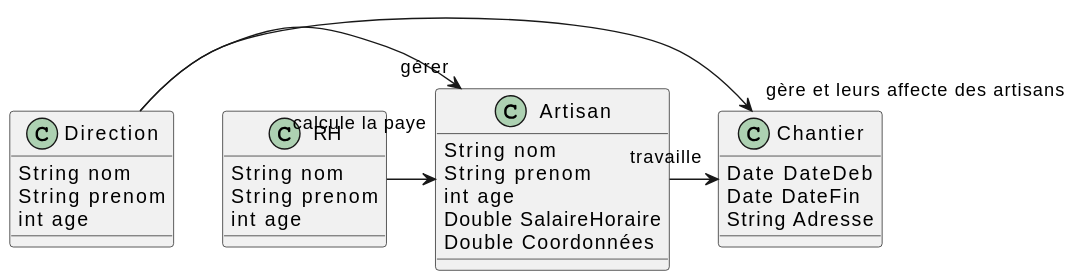
The PlantUML diagram dc.svg in IUT-Blagnac/r2-01-conception-td5-EstebanBiret, before a commit. The source it was exported from:
```plantuml
@startuml
Class Direction {

    String nom
    String prenom
    int age
}

Class RH {

    String nom
    String prenom
    int age
}

Class Artisan {

    String nom
    String prenom
    int age
    Double SalaireHoraire
    Double Coordonnées
}

Class Chantier {

    Date DateDeb
    Date DateFin
    String Adresse
}

Direction ->  "gérer" Artisan
Artisan -> "travaille " Chantier
RH -> "calcule la paye" Artisan
Direction -> "gère et leurs affecte des artisans" Chantier
@enduml
```
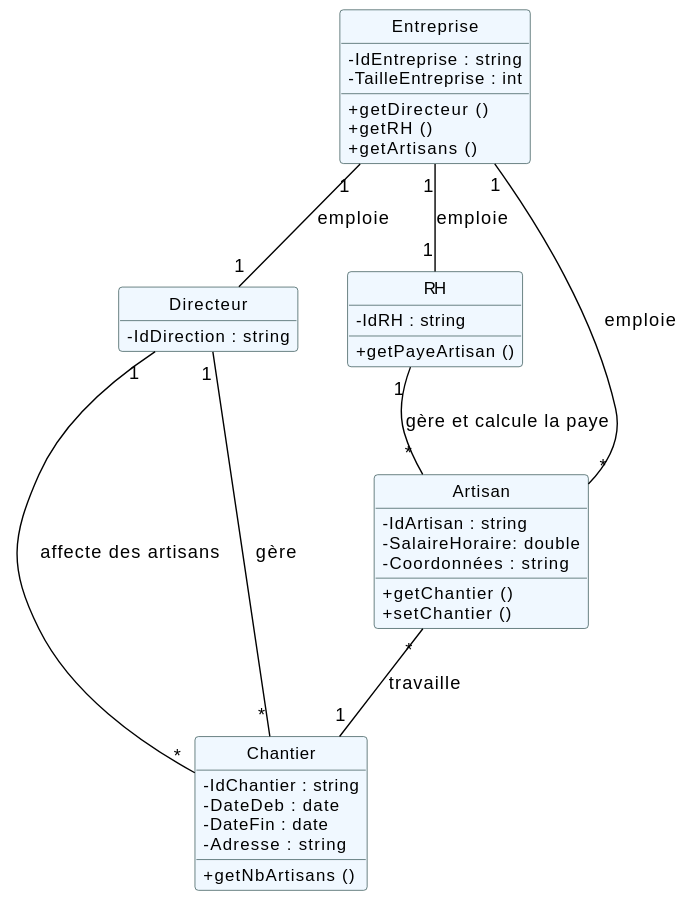
Above is the later version.

What changed in the source:
```diff
@@ -1,36 +1,72 @@
 @startuml
-Class Direction {
+hide circle
+hide empty members
+hide empty methods
 
-    String nom
-    String prenom
-    int age
+skinparam classAttributeIconSize 0
+
+skinparam roundcorner 5
+
+skinparam class {
+	BackgroundColor AliceBlue
+	BorderColor DarkSlateGray
+	ArrowColor Black
+	FontColor Black
+	FontSize 12
+	FontName Helvetica
+}
+
+skinparam arrow {
+    MessageAlign center
+}
+
+Class Directeur {
+
+    - IdDirection : string
+
 }
 
 Class RH {
 
-    String nom
-    String prenom
-    int age
+    - IdRH : string
+    + getPayeArtisan ()
+
 }
 
 Class Artisan {
 
-    String nom
-    String prenom
-    int age
-    Double SalaireHoraire
-    Double Coordonnées
+    - IdArtisan : string
+    - SalaireHoraire: double
+    - Coordonnées : string
+    + getChantier ()
+    + setChantier ()
 }
 
 Class Chantier {
 
-    Date DateDeb
-    Date DateFin
-    String Adresse
+    - IdChantier : string
+    - DateDeb : date
+    - DateFin : date
+    - Adresse : string
+    + getNbArtisans ()
 }
 
-Direction ->  "gérer" Artisan
-Artisan -> "travaille " Chantier
-RH -> "calcule la paye" Artisan
-Direction -> "gère et leurs affecte des artisans" Chantier
+Class Entreprise {
+
+    -IdEntreprise : string
+    -TailleEntreprise : int
+    + getDirecteur ()
+    + getRH ()
+    + getArtisans ()
+
+}
+
+
+Entreprise "1" -- "*" Artisan : emploie
+Entreprise "1" -- "1" Directeur : emploie
+Entreprise "1" -- "1" RH : emploie
+Artisan "*"-- "1" Chantier : travaille
+RH "1"-- "*" Artisan : gère et calcule la paye
+Directeur "1"-- "*" Chantier : affecte des artisans
+Directeur "1"-- "*" Chantier : gère
 @enduml
```
